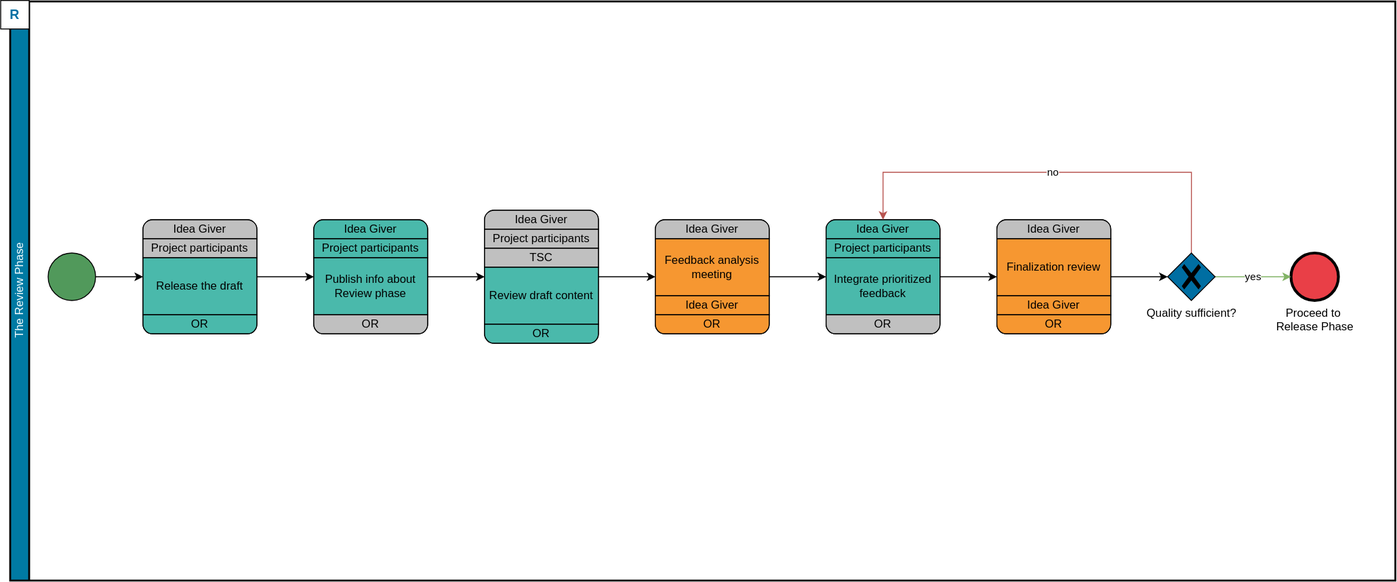
Before: content/modules/compendium/assets/images/asam/review_phase.drawio.svg, a diagram exported from draw.io (asam-ev/asam-project-guide-content). Source tidied: cells renumbered, new cells last; positions are measured from the earlier drawing's top-left corner, leaving out a move shared by most shapes.
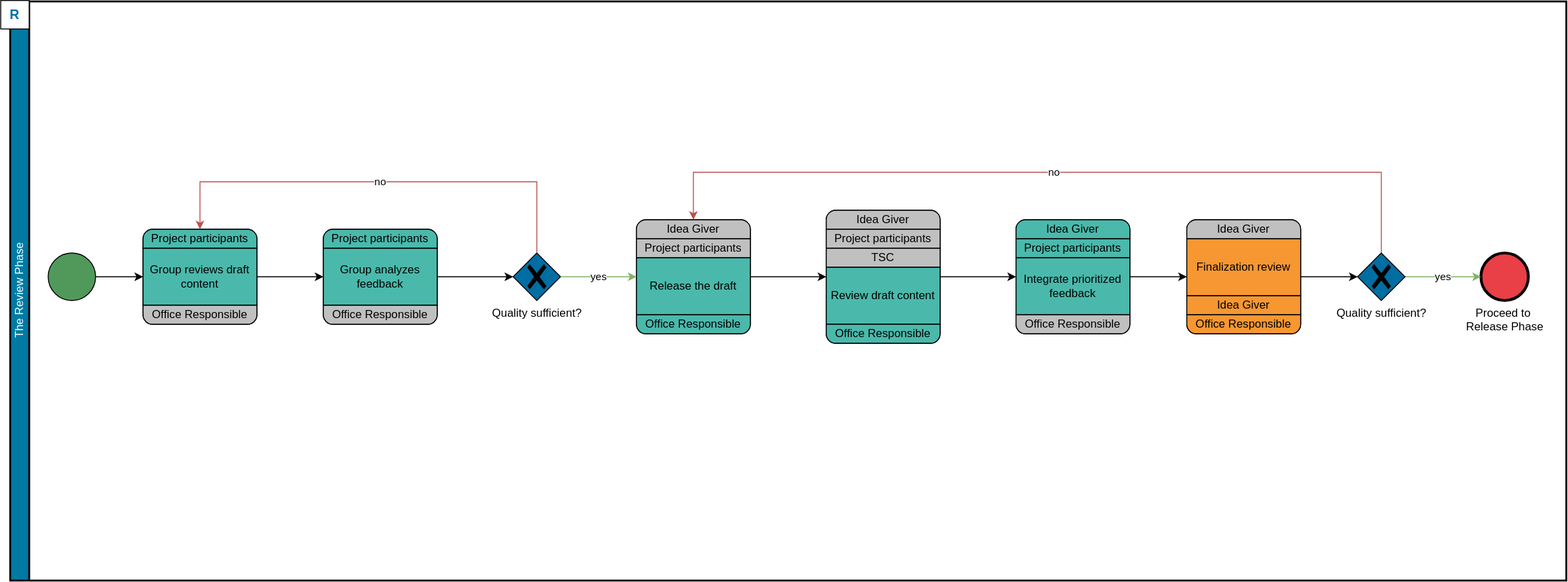
The same file after the commit.

Diff of the diagram source:
```diff
@@ -3,37 +3,19 @@
     <mxCell id="0" />
     <mxCell id="1" parent="0" />
     <mxCell id="2" value="The Review Phase" style="swimlane;html=1;startSize=20;fontStyle=0;horizontal=0;swimlaneLine=1;swimlaneFillColor=#ffffff;strokeWidth=2;fillColor=#007AA3;fontColor=#F5FDFF;" parent="1" vertex="1">
-      <mxGeometry x="10" y="1" width="1460" height="610" as="geometry" />
+      <mxGeometry x="10" y="1" width="1640" height="610" as="geometry" />
     </mxCell>
     <mxCell id="3" value="R" style="whiteSpace=wrap;html=1;fontColor=#006EA2;fillColor=#FFFFFF;fontSize=14;fontStyle=1;" parent="2" vertex="1">
       <mxGeometry x="-10" y="-1" width="30" height="30" as="geometry" />
     </mxCell>
-    <mxCell id="4" value="Draft Project Proposal, gather ideas and feature requests" style="rounded=1;whiteSpace=wrap;html=1;absoluteArcSize=1;arcSize=20;horizontal=1;fillColor=#4AB9AB;" parent="2" vertex="1">
-      <mxGeometry x="320" y="230" width="120" height="120" as="geometry" />
-    </mxCell>
-    <mxCell id="5" value="Idea Giver" style="whiteSpace=wrap;html=1;shape=mxgraph.basic.rect;size=10;rectStyle=rounded;bottomRightStyle=square;bottomLeftStyle=square;fillColor=#4AB9AB;" parent="4" vertex="1">
-      <mxGeometry width="120" height="20" as="geometry" />
-    </mxCell>
-    <mxCell id="6" value="Project participants" style="shape=mxgraph.bpmn.task;taskMarker=abstract;rectStyle=square;whiteSpace=wrap;fillColor=#4AB9AB;" parent="4" vertex="1">
-      <mxGeometry y="20" width="120" height="20" as="geometry" />
-    </mxCell>
-    <mxCell id="7" value="Publish info about Review phase" style="shape=mxgraph.bpmn.task;taskMarker=abstract;whiteSpace=wrap;fillColor=#4AB9AB;" parent="4" vertex="1">
-      <mxGeometry y="40" width="120" height="60" as="geometry" />
-    </mxCell>
-    <mxCell id="8" value="GTM" style="whiteSpace=wrap;html=1;shape=mxgraph.basic.rect;size=10;rectStyle=rounded;topRightStyle=square;topLeftStyle=square;fillColor=#C0C0C0;" parent="4" vertex="1">
-      <mxGeometry y="100" width="120" height="20" as="geometry" />
-    </mxCell>
-    <mxCell id="9" style="edgeStyle=orthogonalEdgeStyle;rounded=0;jettySize=auto;html=1;exitX=1;exitY=0.5;exitDx=0;exitDy=0;endArrow=classic;endFill=1;" parent="2" edge="1" source="4" target="12">
+    <mxCell id="9" style="edgeStyle=orthogonalEdgeStyle;rounded=0;jettySize=auto;html=1;endArrow=classic;endFill=1;" parent="2" edge="1" source="21" target="12">
       <mxGeometry relative="1" as="geometry" />
     </mxCell>
     <mxCell id="10" style="points=[[0.145,0.145,0],[0.5,0,0],[0.855,0.145,0],[1,0.5,0],[0.855,0.855,0],[0.5,1,0],[0.145,0.855,0],[0,0.5,0]];shape=mxgraph.bpmn.event;html=1;verticalLabelPosition=bottom;labelBackgroundColor=#ffffff;verticalAlign=top;align=center;perimeter=ellipsePerimeter;outlineConnect=0;outline=standard;symbol=general;fillColor=#51995B;" parent="2" vertex="1">
       <mxGeometry x="40" y="265" width="50" height="50" as="geometry" />
     </mxCell>
-    <mxCell id="11" style="edgeStyle=orthogonalEdgeStyle;rounded=0;jettySize=auto;html=1;" parent="2" edge="1" source="10" target="21">
-      <mxGeometry relative="1" as="geometry" />
-    </mxCell>
     <mxCell id="12" value="Draft Project Proposal, gather ideas and feature requests" style="rounded=1;whiteSpace=wrap;html=1;absoluteArcSize=1;arcSize=20;horizontal=1;fillColor=#4AB9AB;" parent="2" vertex="1">
-      <mxGeometry x="500" y="220" width="120" height="140" as="geometry" />
+      <mxGeometry x="860" y="220" width="120" height="140" as="geometry" />
     </mxCell>
     <mxCell id="13" value="Idea Giver" style="whiteSpace=wrap;html=1;shape=mxgraph.basic.rect;size=10;rectStyle=rounded;bottomRightStyle=square;bottomLeftStyle=square;fillColor=#C0C0C0;" parent="12" vertex="1">
       <mxGeometry width="120" height="20" as="geometry" />
@@ -50,17 +32,17 @@
     <mxCell id="17" value="GTM" style="whiteSpace=wrap;html=1;shape=mxgraph.basic.rect;size=10;rectStyle=rounded;topRightStyle=square;topLeftStyle=square;fillColor=#4AB9AB;" parent="12" vertex="1">
       <mxGeometry y="120" width="120" height="20" as="geometry" />
     </mxCell>
-    <mxCell id="18" style="edgeStyle=orthogonalEdgeStyle;rounded=0;jettySize=auto;html=1;exitX=1;exitY=0.5;exitDx=0;exitDy=0;" parent="2" edge="1" source="12" target="28">
+    <mxCell id="18" style="edgeStyle=orthogonalEdgeStyle;rounded=0;jettySize=auto;html=1;exitX=1;exitY=0.5;exitDx=0;exitDy=0;" parent="2" edge="1" source="12" target="34">
       <mxGeometry relative="1" as="geometry" />
     </mxCell>
     <mxCell id="19" value="Proceed to&amp;nbsp;&lt;br&gt;Release Phase" style="points=[[0.145,0.145,0],[0.5,0,0],[0.855,0.145,0],[1,0.5,0],[0.855,0.855,0],[0.5,1,0],[0.145,0.855,0],[0,0.5,0]];shape=mxgraph.bpmn.event;html=1;verticalLabelPosition=bottom;labelBackgroundColor=#ffffff;verticalAlign=top;align=center;perimeter=ellipsePerimeter;outlineConnect=0;outline=end;symbol=terminate2;fillColor=#E93F47;" parent="2" vertex="1">
-      <mxGeometry x="1350" y="265" width="50" height="50" as="geometry" />
+      <mxGeometry x="1550" y="265" width="50" height="50" as="geometry" />
     </mxCell>
     <mxCell id="20" value="yes" style="edgeStyle=orthogonalEdgeStyle;rounded=0;jettySize=auto;html=1;fillColor=#d5e8d4;strokeColor=#82b366;" parent="2" edge="1" source="46" target="19">
       <mxGeometry relative="1" as="geometry" />
     </mxCell>
     <mxCell id="21" value="Draft Project Proposal, gather ideas and feature requests" style="rounded=1;whiteSpace=wrap;html=1;absoluteArcSize=1;arcSize=20;horizontal=1;fillColor=#4AB9AB;" parent="2" vertex="1">
-      <mxGeometry x="140" y="230" width="120" height="120" as="geometry" />
+      <mxGeometry x="660" y="230" width="120" height="120" as="geometry" />
     </mxCell>
     <mxCell id="22" value="Idea Giver" style="whiteSpace=wrap;html=1;shape=mxgraph.basic.rect;size=10;rectStyle=rounded;bottomRightStyle=square;bottomLeftStyle=square;fillColor=#C0C0C0;" parent="21" vertex="1">
       <mxGeometry width="120" height="20" as="geometry" />
@@ -74,32 +56,11 @@
     <mxCell id="25" value="GTM" style="whiteSpace=wrap;html=1;shape=mxgraph.basic.rect;size=10;rectStyle=rounded;topRightStyle=square;topLeftStyle=square;fillColor=#4AB9AB;rounded=1;arcSize=20;" parent="21" vertex="1">
       <mxGeometry y="100" width="120" height="20" as="geometry" />
     </mxCell>
-    <mxCell id="26" style="edgeStyle=orthogonalEdgeStyle;rounded=0;jettySize=auto;html=1;" parent="2" edge="1" source="21" target="4">
-      <mxGeometry relative="1" as="geometry" />
-    </mxCell>
-    <mxCell id="27" style="edgeStyle=orthogonalEdgeStyle;rounded=0;jettySize=auto;html=1;" parent="2" edge="1" source="28" target="34">
-      <mxGeometry relative="1" as="geometry" />
-    </mxCell>
-    <mxCell id="28" value="Draft Project Proposal, gather ideas and feature requests" style="rounded=1;whiteSpace=wrap;html=1;absoluteArcSize=1;arcSize=20;horizontal=1;fillColor=#4AB9AB;" parent="2" vertex="1">
-      <mxGeometry x="680" y="230" width="120" height="120" as="geometry" />
-    </mxCell>
-    <mxCell id="29" value="Idea Giver" style="whiteSpace=wrap;html=1;shape=mxgraph.basic.rect;size=10;rectStyle=rounded;bottomRightStyle=square;bottomLeftStyle=square;fillColor=#C0C0C0;" parent="28" vertex="1">
-      <mxGeometry width="120" height="20" as="geometry" />
-    </mxCell>
-    <mxCell id="30" value="Feedback analysis meeting" style="shape=mxgraph.bpmn.task;taskMarker=abstract;whiteSpace=wrap;fillColor=#F69731;" parent="28" vertex="1">
-      <mxGeometry y="20" width="120" height="60" as="geometry" />
-    </mxCell>
-    <mxCell id="31" value="Idea Giver" style="shape=mxgraph.bpmn.task;taskMarker=abstract;rectStyle=square;whiteSpace=wrap;fillColor=#F69731;" parent="28" vertex="1">
-      <mxGeometry y="80" width="120" height="20" as="geometry" />
-    </mxCell>
-    <mxCell id="32" value="GTM" style="whiteSpace=wrap;html=1;shape=mxgraph.basic.rect;size=10;rectStyle=rounded;topRightStyle=square;topLeftStyle=square;fillColor=#F69731;" parent="28" vertex="1">
-      <mxGeometry y="100" width="120" height="20" as="geometry" />
-    </mxCell>
     <mxCell id="33" style="edgeStyle=orthogonalEdgeStyle;rounded=0;jettySize=auto;html=1;" parent="2" edge="1" source="34" target="40">
       <mxGeometry relative="1" as="geometry" />
     </mxCell>
     <mxCell id="34" value="Draft Project Proposal, gather ideas and feature requests" style="rounded=1;whiteSpace=wrap;html=1;absoluteArcSize=1;arcSize=20;horizontal=1;fillColor=#4AB9AB;" parent="2" vertex="1">
-      <mxGeometry x="860" y="230" width="120" height="120" as="geometry" />
+      <mxGeometry x="1060" y="230" width="120" height="120" as="geometry" />
     </mxCell>
     <mxCell id="35" value="Idea Giver" style="whiteSpace=wrap;html=1;shape=mxgraph.basic.rect;size=10;rectStyle=rounded;bottomRightStyle=square;bottomLeftStyle=square;fillColor=#4AB9AB;" parent="34" vertex="1">
       <mxGeometry width="120" height="20" as="geometry" />
@@ -117,7 +78,7 @@
       <mxGeometry relative="1" as="geometry" />
     </mxCell>
     <mxCell id="40" value="Draft Project Proposal, gather ideas and feature requests" style="rounded=1;whiteSpace=wrap;html=1;absoluteArcSize=1;arcSize=20;horizontal=1;fillColor=#4AB9AB;" parent="2" vertex="1">
-      <mxGeometry x="1040" y="230" width="120" height="120" as="geometry" />
+      <mxGeometry x="1240" y="230" width="120" height="120" as="geometry" />
     </mxCell>
     <mxCell id="41" value="Idea Giver" style="whiteSpace=wrap;html=1;shape=mxgraph.basic.rect;size=10;rectStyle=rounded;bottomRightStyle=square;bottomLeftStyle=square;fillColor=#C0C0C0;" parent="40" vertex="1">
       <mxGeometry width="120" height="20" as="geometry" />
@@ -131,16 +92,63 @@
     <mxCell id="44" value="GTM" style="whiteSpace=wrap;html=1;shape=mxgraph.basic.rect;size=10;rectStyle=rounded;topRightStyle=square;topLeftStyle=square;fillColor=#F69731;" parent="40" vertex="1">
       <mxGeometry y="100" width="120" height="20" as="geometry" />
     </mxCell>
-    <mxCell id="45" value="no" style="edgeStyle=orthogonalEdgeStyle;rounded=0;jettySize=auto;html=1;exitX=0.5;exitY=0;exitDx=0;exitDy=0;exitPerimeter=0;entryX=0.5;entryY=0;entryDx=0;entryDy=0;fillColor=#f8cecc;strokeColor=#b85450;" parent="2" edge="1" source="46" target="34">
+    <mxCell id="45" value="no" style="edgeStyle=orthogonalEdgeStyle;rounded=0;jettySize=auto;html=1;exitX=0.5;exitY=0;exitDx=0;exitDy=0;exitPerimeter=0;entryX=0.5;entryY=0;entryDx=0;entryDy=0;fillColor=#f8cecc;strokeColor=#b85450;" parent="2" edge="1" source="46" target="21">
       <mxGeometry relative="1" as="geometry">
         <Array as="points">
-          <mxPoint x="1245" y="180" />
-          <mxPoint x="920" y="180" />
+          <mxPoint x="1445" y="180" />
+          <mxPoint x="720" y="180" />
         </Array>
       </mxGeometry>
     </mxCell>
     <mxCell id="46" value="Quality sufficient?" style="points=[[0.25,0.25,0],[0.5,0,0],[0.75,0.25,0],[1,0.5,0],[0.75,0.75,0],[0.5,1,0],[0.25,0.75,0],[0,0.5,0]];shape=mxgraph.bpmn.gateway2;html=1;verticalLabelPosition=bottom;labelBackgroundColor=#ffffff;verticalAlign=top;align=center;perimeter=rhombusPerimeter;outlineConnect=0;outline=none;symbol=none;gwType=exclusive;fillColor=#006EA2;" parent="2" vertex="1">
-      <mxGeometry x="1220" y="265" width="50" height="50" as="geometry" />
+      <mxGeometry x="1420" y="265" width="50" height="50" as="geometry" />
     </mxCell>
+    <mxCell id="47" style="edgeStyle=orthogonalEdgeStyle;rounded=0;jettySize=auto;html=1;exitX=1;exitY=0.5;exitDx=0;exitDy=0;entryX=0;entryY=0.5;entryDx=0;entryDy=0;endArrow=classic;endFill=1;" parent="2" edge="1" source="48" target="53">
+      <mxGeometry relative="1" as="geometry" />
+    </mxCell>
+    <mxCell id="48" value="Draft Project Proposal, gather ideas and feature requests" style="rounded=1;whiteSpace=wrap;html=1;absoluteArcSize=1;arcSize=20;horizontal=1;fillColor=#4AB9AB;" parent="2" vertex="1">
+      <mxGeometry x="140" y="240" width="120" height="100" as="geometry" />
+    </mxCell>
+    <mxCell id="49" value="Project participants" style="whiteSpace=wrap;html=1;shape=mxgraph.basic.rect;size=10;rectStyle=rounded;bottomRightStyle=square;bottomLeftStyle=square;fillColor=#4AB9AB;" parent="48" vertex="1">
+      <mxGeometry width="120" height="20" as="geometry" />
+    </mxCell>
+    <mxCell id="50" value="Group reviews draft content" style="shape=mxgraph.bpmn.task;taskMarker=abstract;whiteSpace=wrap;fillColor=#4AB9AB;" parent="48" vertex="1">
+      <mxGeometry y="20" width="120" height="60" as="geometry" />
+    </mxCell>
+    <mxCell id="51" value="GTM" style="whiteSpace=wrap;html=1;shape=mxgraph.basic.rect;size=10;rectStyle=rounded;topRightStyle=square;topLeftStyle=square;fillColor=#C0C0C0;" parent="48" vertex="1">
+      <mxGeometry y="80" width="120" height="20" as="geometry" />
+    </mxCell>
+    <mxCell id="52" style="edgeStyle=orthogonalEdgeStyle;rounded=0;jettySize=auto;html=1;endArrow=classic;endFill=1;" parent="2" edge="1" source="10" target="48">
+      <mxGeometry relative="1" as="geometry" />
+    </mxCell>
+    <mxCell id="53" value="Draft Project Proposal, gather ideas and feature requests" style="rounded=1;whiteSpace=wrap;html=1;absoluteArcSize=1;arcSize=20;horizontal=1;fillColor=#4AB9AB;" parent="2" vertex="1">
+      <mxGeometry x="330" y="240" width="120" height="100" as="geometry" />
+    </mxCell>
+    <mxCell id="54" value="Project participants" style="whiteSpace=wrap;html=1;shape=mxgraph.basic.rect;size=10;rectStyle=rounded;bottomRightStyle=square;bottomLeftStyle=square;fillColor=#4AB9AB;" parent="53" vertex="1">
+      <mxGeometry width="120" height="20" as="geometry" />
+    </mxCell>
+    <mxCell id="55" value="Group analyzes feedback" style="shape=mxgraph.bpmn.task;taskMarker=abstract;whiteSpace=wrap;fillColor=#4AB9AB;" parent="53" vertex="1">
+      <mxGeometry y="20" width="120" height="60" as="geometry" />
+    </mxCell>
+    <mxCell id="56" value="GTM" style="whiteSpace=wrap;html=1;shape=mxgraph.basic.rect;size=10;rectStyle=rounded;topRightStyle=square;topLeftStyle=square;fillColor=#C0C0C0;" parent="53" vertex="1">
+      <mxGeometry y="80" width="120" height="20" as="geometry" />
+    </mxCell>
+    <mxCell id="57" value="Quality sufficient?" style="points=[[0.25,0.25,0],[0.5,0,0],[0.75,0.25,0],[1,0.5,0],[0.75,0.75,0],[0.5,1,0],[0.25,0.75,0],[0,0.5,0]];shape=mxgraph.bpmn.gateway2;html=1;verticalLabelPosition=bottom;labelBackgroundColor=#ffffff;verticalAlign=top;align=center;perimeter=rhombusPerimeter;outlineConnect=0;outline=none;symbol=none;gwType=exclusive;fillColor=#006EA2;" parent="2" vertex="1">
+      <mxGeometry x="530" y="265" width="50" height="50" as="geometry" />
+    </mxCell>
+    <mxCell id="58" style="edgeStyle=orthogonalEdgeStyle;rounded=0;jettySize=auto;html=1;startArrow=none;endArrow=classic;endFill=1;" parent="2" edge="1" source="53" target="57">
+      <mxGeometry relative="1" as="geometry" />
+    </mxCell>
+    <mxCell id="59" value="no" style="edgeStyle=orthogonalEdgeStyle;rounded=0;jettySize=auto;html=1;exitX=0.5;exitY=0;exitDx=0;exitDy=0;exitPerimeter=0;entryX=0.5;entryY=0;entryDx=0;entryDy=0;fillColor=#f8cecc;strokeColor=#b85450;" parent="2" edge="1" source="57" target="48">
+      <mxGeometry relative="1" as="geometry">
+        <Array as="points">
+          <mxPoint x="555" y="190" />
+          <mxPoint x="200" y="190" />
+        </Array>
+      </mxGeometry>
+    </mxCell>
+    <mxCell id="60" value="yes" style="edgeStyle=orthogonalEdgeStyle;rounded=0;jettySize=auto;html=1;fillColor=#d5e8d4;strokeColor=#82b366;" parent="2" edge="1" source="57" target="21">
+      <mxGeometry relative="1" as="geometry" />
+    </mxCell>
   </root>
 </mxGraphModel>
```
